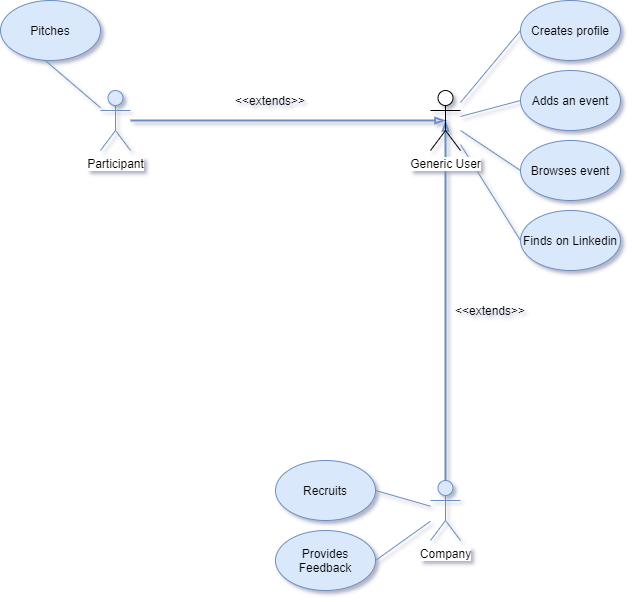
Above: docs/images/use_cases.png in FEUP-ESOF-2020-21/open-cx-t4g5-teenage-mutant-coding-turtles (draw.io), before the change. Source tidied: cells renumbered, new cells last; positions are measured from the earlier drawing's top-left corner, leaving out a move shared by most shapes.
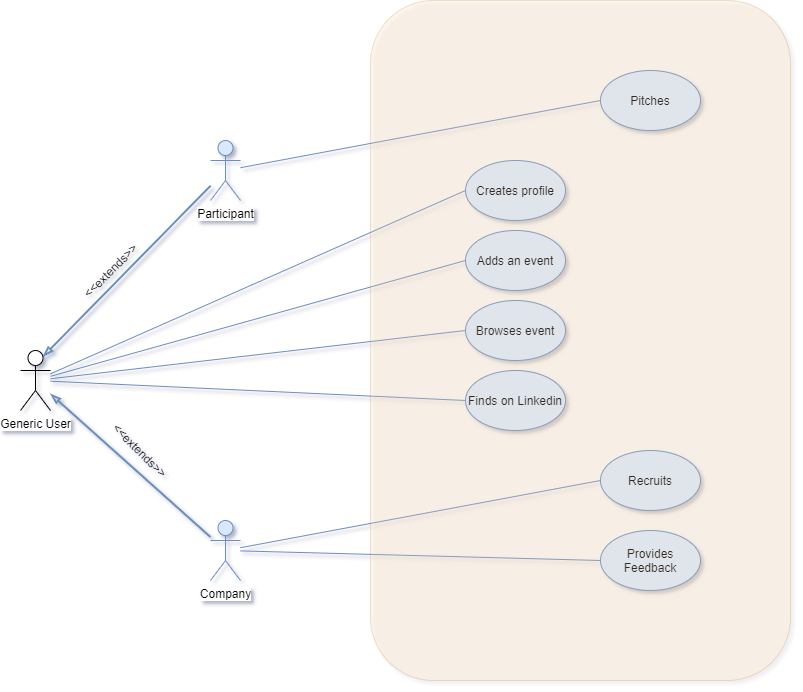
After the commit.

Commit message:
changed use case diagram

Diff of the diagram source:
```diff
@@ -2,35 +2,35 @@
   <root>
     <mxCell id="0" />
     <mxCell id="1" parent="0" />
-    <mxCell id="2" style="edgeStyle=none;rounded=0;jettySize=auto;html=1;entryX=0.44;entryY=0.989;entryDx=0;entryDy=0;endArrow=none;endFill=0;fillColor=#dae8fc;strokeColor=#6c8ebf;entryPerimeter=0;" parent="1" edge="1" source="4" target="10">
+    <mxCell id="2" style="edgeStyle=none;rounded=0;jettySize=auto;html=1;entryX=0;entryY=0.5;entryDx=0;entryDy=0;endArrow=none;endFill=0;fillColor=#dae8fc;strokeColor=#6c8ebf;" parent="1" edge="1" source="4" target="10">
       <mxGeometry relative="1" as="geometry" />
     </mxCell>
-    <mxCell id="3" style="edgeStyle=none;rounded=0;jettySize=auto;html=1;entryX=0.5;entryY=0.5;entryDx=0;entryDy=0;entryPerimeter=0;endArrow=blockThin;endFill=0;strokeWidth=2;fillColor=#dae8fc;strokeColor=#6c8ebf;" parent="1" edge="1" source="4" target="16">
+    <mxCell id="3" style="edgeStyle=none;rounded=0;jettySize=auto;html=1;entryX=0.75;entryY=0.1;entryDx=0;entryDy=0;entryPerimeter=0;endArrow=blockThin;endFill=0;strokeWidth=2;fillColor=#dae8fc;strokeColor=#6c8ebf;" parent="1" edge="1" source="4" target="16">
       <mxGeometry relative="1" as="geometry" />
     </mxCell>
     <mxCell id="4" value="Participant" style="shape=umlActor;verticalLabelPosition=bottom;labelBackgroundColor=#ffffff;verticalAlign=top;html=1;outlineConnect=0;fillColor=#dae8fc;strokeColor=#6c8ebf;" parent="1" vertex="1">
       <mxGeometry x="100" y="90" width="30" height="60" as="geometry" />
     </mxCell>
-    <mxCell id="5" style="edgeStyle=none;rounded=0;jettySize=auto;html=1;entryX=1;entryY=0.5;entryDx=0;entryDy=0;endArrow=none;endFill=0;fillColor=#dae8fc;strokeColor=#6c8ebf;" parent="1" edge="1" source="8" target="9">
+    <mxCell id="5" style="edgeStyle=none;rounded=0;jettySize=auto;html=1;entryX=0;entryY=0.5;entryDx=0;entryDy=0;endArrow=none;endFill=0;fillColor=#dae8fc;strokeColor=#6c8ebf;" parent="1" edge="1" source="8" target="9">
       <mxGeometry relative="1" as="geometry" />
     </mxCell>
-    <mxCell id="6" style="edgeStyle=none;rounded=0;jettySize=auto;html=1;entryX=1;entryY=0.5;entryDx=0;entryDy=0;endArrow=none;endFill=0;fillColor=#dae8fc;strokeColor=#6c8ebf;" parent="1" edge="1" source="8" target="11">
+    <mxCell id="6" style="edgeStyle=none;rounded=0;jettySize=auto;html=1;entryX=0;entryY=0.5;entryDx=0;entryDy=0;endArrow=none;endFill=0;fillColor=#dae8fc;strokeColor=#6c8ebf;" parent="1" edge="1" source="8" target="11">
       <mxGeometry relative="1" as="geometry" />
     </mxCell>
-    <mxCell id="7" style="edgeStyle=none;rounded=0;jettySize=auto;html=1;entryX=0.5;entryY=0.5;entryDx=0;entryDy=0;entryPerimeter=0;endArrow=blockThin;endFill=0;strokeWidth=2;fillColor=#dae8fc;strokeColor=#6c8ebf;" parent="1" edge="1" source="8" target="16">
+    <mxCell id="7" style="edgeStyle=none;rounded=0;jettySize=auto;html=1;endArrow=blockThin;endFill=0;strokeWidth=2;fillColor=#dae8fc;strokeColor=#6c8ebf;" parent="1" edge="1" source="8" target="16">
       <mxGeometry relative="1" as="geometry" />
     </mxCell>
     <mxCell id="8" value="Company" style="shape=umlActor;verticalLabelPosition=bottom;labelBackgroundColor=#ffffff;verticalAlign=top;html=1;outlineConnect=0;fillColor=#dae8fc;strokeColor=#6c8ebf;" parent="1" vertex="1">
-      <mxGeometry x="430" y="480" width="30" height="60" as="geometry" />
+      <mxGeometry x="100" y="470" width="30" height="60" as="geometry" />
     </mxCell>
     <mxCell id="9" value="Recruits" style="ellipse;whiteSpace=wrap;html=1;fillColor=#dae8fc;strokeColor=#6c8ebf;" parent="1" vertex="1">
-      <mxGeometry x="275" y="460" width="100" height="60" as="geometry" />
+      <mxGeometry x="490" y="400" width="100" height="60" as="geometry" />
     </mxCell>
     <mxCell id="10" value="Pitches" style="ellipse;whiteSpace=wrap;html=1;fillColor=#dae8fc;strokeColor=#6c8ebf;" parent="1" vertex="1">
-      <mxGeometry width="100" height="60" as="geometry" />
+      <mxGeometry x="490" y="20" width="100" height="60" as="geometry" />
     </mxCell>
     <mxCell id="11" value="Provides Feedback" style="ellipse;whiteSpace=wrap;html=1;fillColor=#dae8fc;strokeColor=#6c8ebf;" parent="1" vertex="1">
-      <mxGeometry x="275" y="530" width="100" height="60" as="geometry" />
+      <mxGeometry x="490" y="480" width="100" height="60" as="geometry" />
     </mxCell>
     <mxCell id="12" style="edgeStyle=none;rounded=0;jettySize=auto;html=1;entryX=0;entryY=0.5;entryDx=0;entryDy=0;endArrow=none;endFill=0;strokeWidth=1;fillColor=#dae8fc;strokeColor=#6c8ebf;" parent="1" edge="1" source="16" target="22">
       <mxGeometry relative="1" as="geometry" />
@@ -45,25 +45,28 @@
       <mxGeometry relative="1" as="geometry" />
     </mxCell>
     <mxCell id="16" value="Generic User" style="shape=umlActor;verticalLabelPosition=bottom;labelBackgroundColor=#ffffff;verticalAlign=top;html=1;outlineConnect=0;" parent="1" vertex="1">
-      <mxGeometry x="430" y="90" width="30" height="60" as="geometry" />
+      <mxGeometry x="-90" y="300" width="30" height="60" as="geometry" />
     </mxCell>
-    <mxCell id="17" value="&amp;lt;&amp;lt;extends&amp;gt;&amp;gt;" style="text;html=1;align=center;verticalAlign=middle;whiteSpace=wrap;rounded=0;" parent="1" vertex="1">
-      <mxGeometry x="230" y="90" width="80" height="20" as="geometry" />
+    <mxCell id="17" value="&amp;lt;&amp;lt;extends&amp;gt;&amp;gt;" style="text;html=1;align=center;verticalAlign=middle;whiteSpace=wrap;rounded=0;rotation=-45;" parent="1" vertex="1">
+      <mxGeometry x="-40" y="210" width="80" height="20" as="geometry" />
     </mxCell>
-    <mxCell id="18" value="&amp;lt;&amp;lt;extends&amp;gt;&amp;gt;" style="text;html=1;align=center;verticalAlign=middle;whiteSpace=wrap;rounded=0;" parent="1" vertex="1">
-      <mxGeometry x="450" y="300" width="80" height="20" as="geometry" />
+    <mxCell id="18" value="&amp;lt;&amp;lt;extends&amp;gt;&amp;gt;" style="text;html=1;align=center;verticalAlign=middle;whiteSpace=wrap;rounded=0;rotation=45;" parent="1" vertex="1">
+      <mxGeometry x="-10" y="390" width="80" height="20" as="geometry" />
     </mxCell>
     <mxCell id="19" value="Finds on Linkedin" style="ellipse;whiteSpace=wrap;html=1;fillColor=#dae8fc;strokeColor=#6c8ebf;" parent="1" vertex="1">
-      <mxGeometry x="520" y="210" width="100" height="60" as="geometry" />
+      <mxGeometry x="355" y="320" width="100" height="60" as="geometry" />
     </mxCell>
     <mxCell id="20" value="Browses event" style="ellipse;whiteSpace=wrap;html=1;fillColor=#dae8fc;strokeColor=#6c8ebf;" parent="1" vertex="1">
-      <mxGeometry x="520" y="140" width="100" height="60" as="geometry" />
+      <mxGeometry x="355" y="250" width="100" height="60" as="geometry" />
     </mxCell>
     <mxCell id="21" value="Adds an event" style="ellipse;whiteSpace=wrap;html=1;fillColor=#dae8fc;strokeColor=#6c8ebf;" parent="1" vertex="1">
-      <mxGeometry x="520" y="70" width="100" height="60" as="geometry" />
+      <mxGeometry x="355" y="180" width="100" height="60" as="geometry" />
     </mxCell>
     <mxCell id="22" value="Creates profile" style="ellipse;whiteSpace=wrap;html=1;fillColor=#dae8fc;strokeColor=#6c8ebf;" parent="1" vertex="1">
-      <mxGeometry x="520" width="100" height="60" as="geometry" />
+      <mxGeometry x="355" y="110" width="100" height="60" as="geometry" />
     </mxCell>
+    <mxCell id="23" style="rounded=1;whiteSpace=wrap;html=1;fillColor=#fad7ac;opacity=20;strokeColor=#b46504;" parent="1" vertex="1">
+      <mxGeometry x="260" y="-50" width="420" height="680" as="geometry" />
+    </mxCell>
   </root>
 </mxGraphModel>
```
